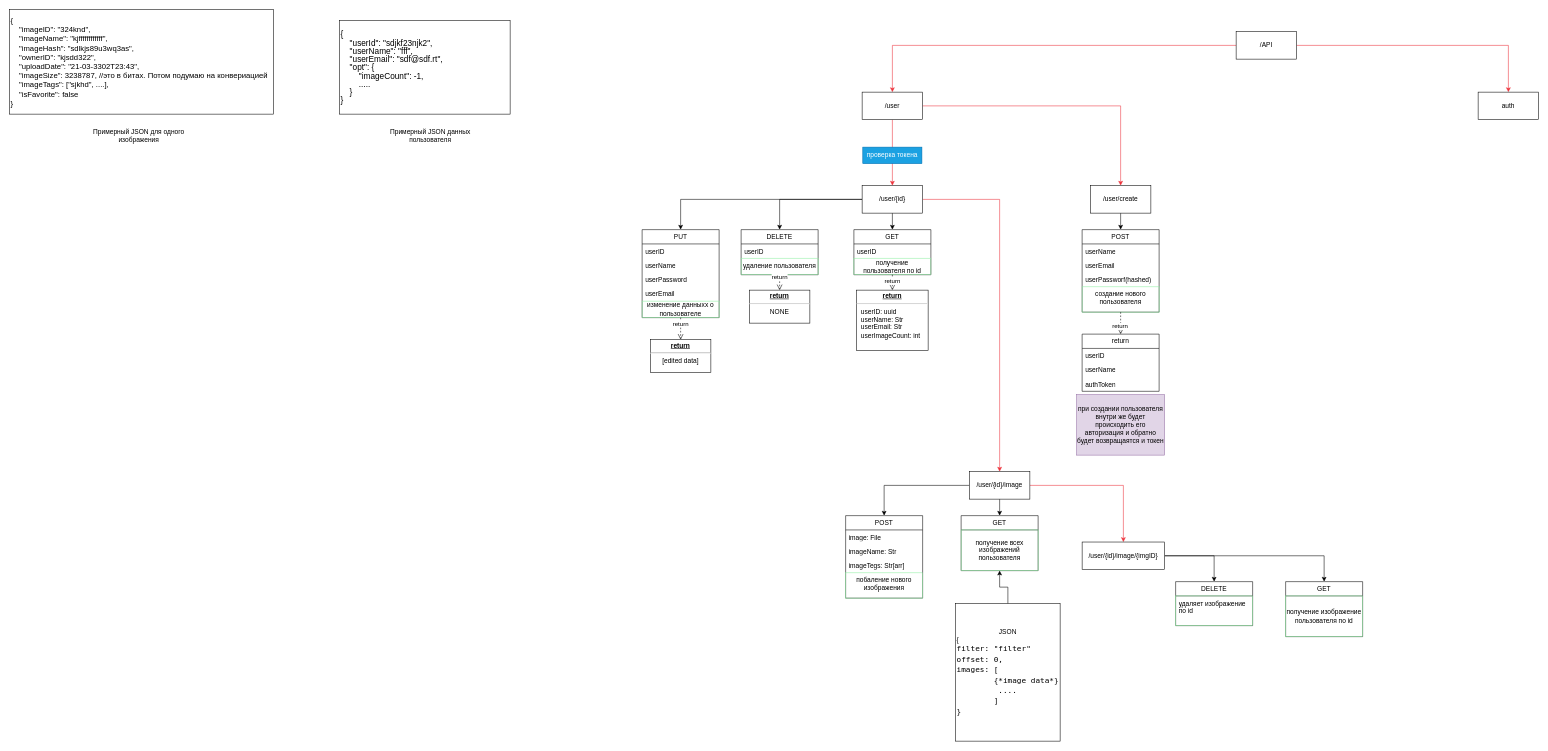
This is doc/pic_scheme.drawio from sonia13marker/picture_founder, a draw.io file, before an edit. Source tidied: cells renumbered, new cells numbered last; positions are measured from the earlier drawing's top-left corner, leaving out a move shared by most shapes. Both pictures are drawn from the tidied source at 55%, with x=0, y=0 at pixel (9, 9).
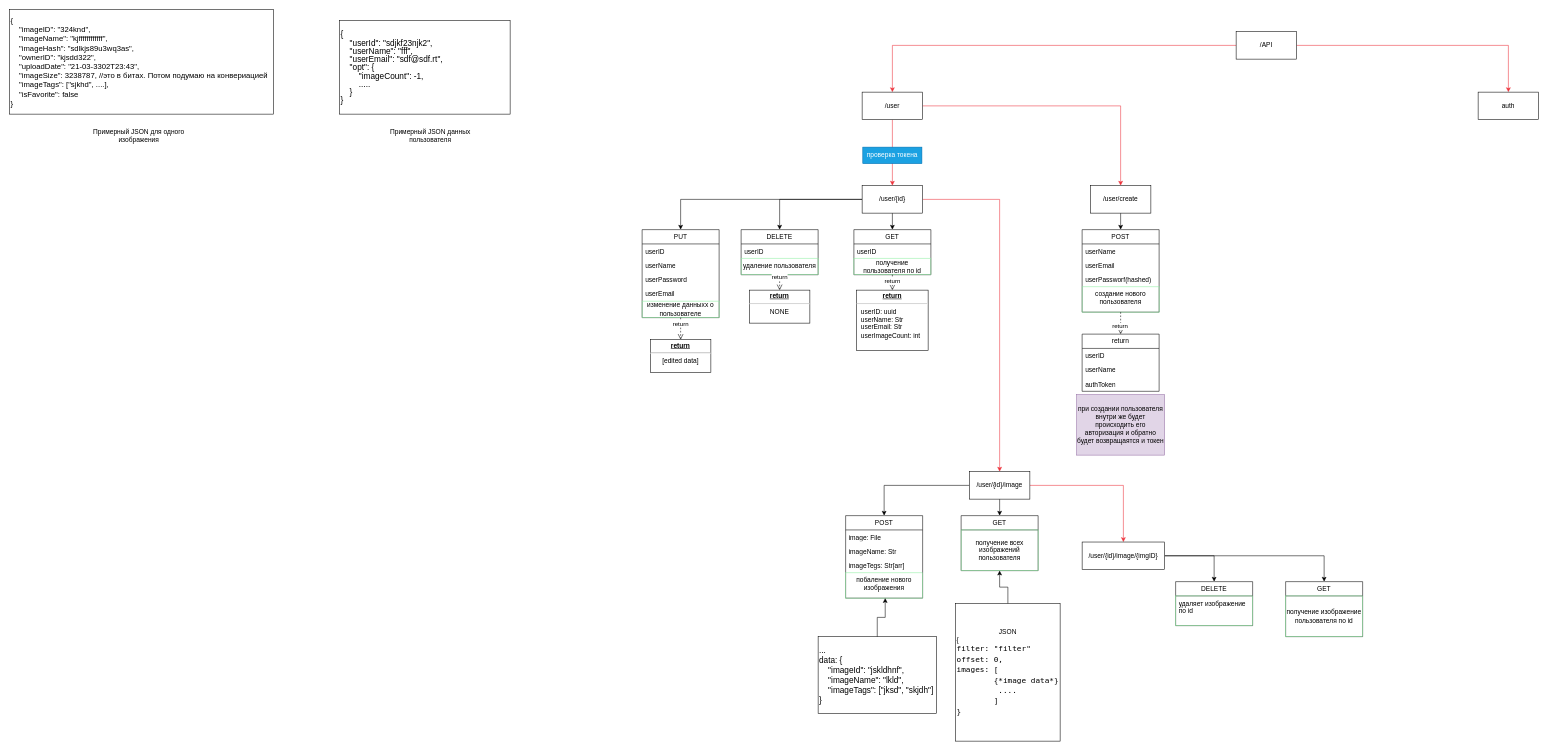
Above is the later version.

Unchanged cells that the change refers to:
```xml
<mxCell id="56" value="побаление нового изображения" style="text;strokeColor=#8ff0a4;fillColor=none;align=center;verticalAlign=top;spacingLeft=4;spacingRight=4;overflow=hidden;points=[[0,0.5],[1,0.5]];portConstraint=eastwest;whiteSpace=wrap;html=1;" parent="52" vertex="1">
  <mxGeometry y="104" width="140" height="46" as="geometry" />
</mxCell>
```

The edit, as a diff of the source:
```diff
@@
+    <mxCell id="70" value="&lt;div style=&quot;font-size: 15px;&quot; align=&quot;left&quot;&gt;...&lt;/div&gt;&lt;div style=&quot;font-size: 15px;&quot; align=&quot;left&quot;&gt;data: {&lt;br&gt;&amp;nbsp;&amp;nbsp;&amp;nbsp; &quot;imageId&quot;: &quot;jskldhnf&quot;,&lt;br&gt;&amp;nbsp;&amp;nbsp;&amp;nbsp; &quot;imageName&quot;: &quot;lkld&quot;,&lt;br&gt;&amp;nbsp;&amp;nbsp;&amp;nbsp; &quot;imageTags&quot;: [&quot;jksd&quot;, &quot;skjdh&quot;]&lt;br&gt;}&lt;/div&gt;" style="rounded=0;whiteSpace=wrap;html=1;align=left;" parent="1" vertex="1">
+      <mxGeometry x="1470" y="1140" width="215" height="140" as="geometry" />
+    </mxCell>
+    <mxCell id="71" style="edgeStyle=orthogonalEdgeStyle;rounded=0;jettySize=auto;html=1;exitX=0.5;exitY=0;exitDx=0;exitDy=0;entryX=0.514;entryY=1;entryDx=0;entryDy=0;entryPerimeter=0;" parent="1" edge="1" source="70" target="56">
+      <mxGeometry relative="1" as="geometry" />
+    </mxCell>
```
